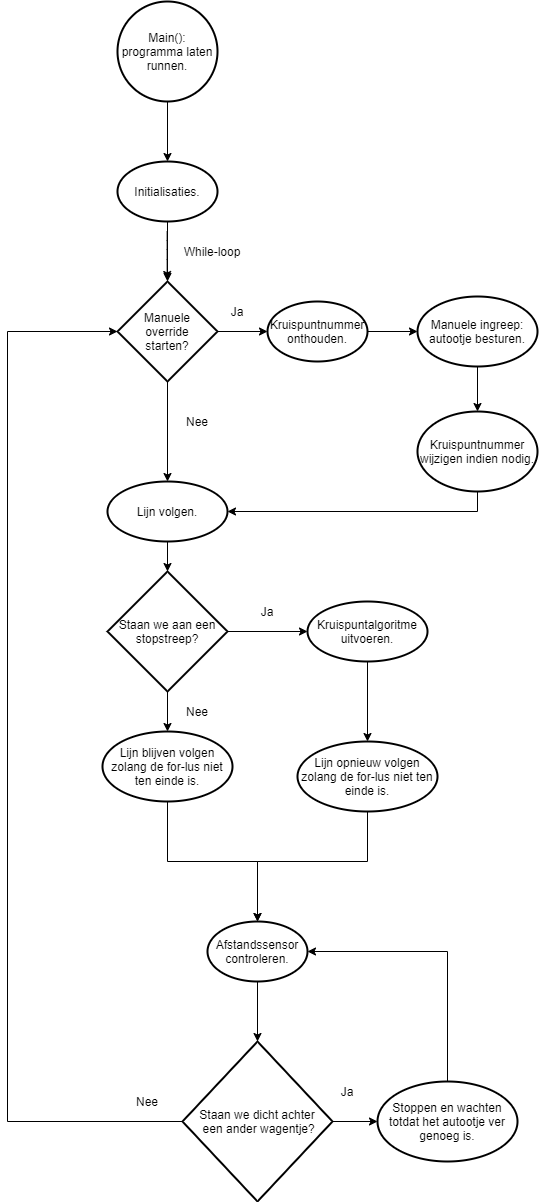
The draw.io diagram flowchartHoofdstructuur.png in CamilleLouagie/groep-1, before a commit. Source tidied: cells renumbered, new cells last; positions are measured from the earlier drawing's top-left corner, leaving out a move shared by most shapes.
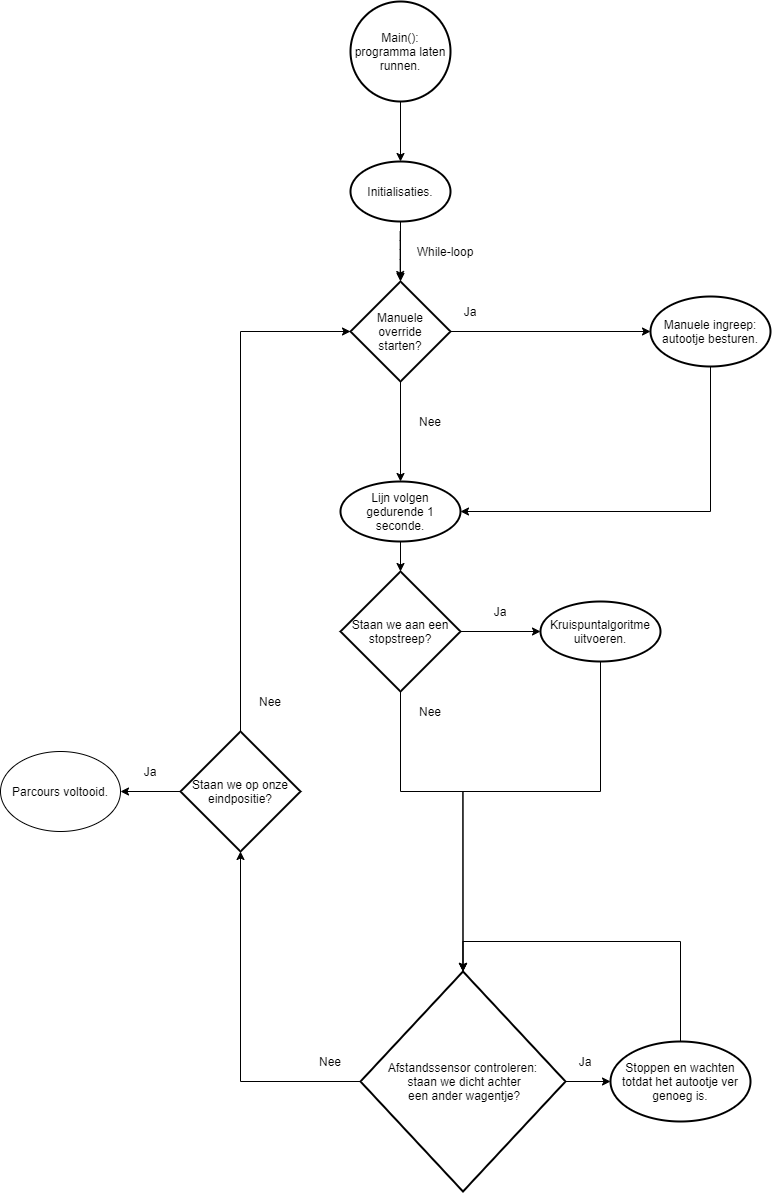
The same file after the commit.

The edit, as a diff of the source:
```diff
@@ -20,37 +20,28 @@
     <mxCell id="5" style="edgeStyle=orthogonalEdgeStyle;rounded=0;jettySize=auto;html=1;" parent="1" edge="1" source="7" target="12">
       <mxGeometry relative="1" as="geometry" />
     </mxCell>
-    <mxCell id="6" style="edgeStyle=orthogonalEdgeStyle;rounded=0;jettySize=auto;html=1;exitX=1;exitY=0.5;exitDx=0;exitDy=0;exitPerimeter=0;entryX=0;entryY=0.5;entryDx=0;entryDy=0;entryPerimeter=0;" parent="1" edge="1" source="7" target="22">
-      <mxGeometry relative="1" as="geometry" />
-    </mxCell>
+    <mxCell id="41" style="edgeStyle=orthogonalEdgeStyle;rounded=0;jettySize=auto;html=1;entryX=0;entryY=0.5;entryDx=0;entryDy=0;" parent="1" edge="1" source="7" target="10">
+      <mxGeometry relative="1" as="geometry" />
+    </mxCell>
     <mxCell id="7" value="Manuele&lt;br&gt;&amp;nbsp;override &lt;br&gt;starten?" style="strokeWidth=2;html=1;shape=mxgraph.flowchart.decision;whiteSpace=wrap;" parent="1" vertex="1">
       <mxGeometry x="110" y="280" width="100" height="100" as="geometry" />
     </mxCell>
-    <mxCell id="8" style="edgeStyle=orthogonalEdgeStyle;rounded=0;jettySize=auto;html=1;entryX=1;entryY=0.5;entryDx=0;entryDy=0;startArrow=none;" parent="1" edge="1" source="20" target="12">
-      <mxGeometry relative="1" as="geometry">
-        <Array as="points">
-          <mxPoint x="470" y="510" />
-        </Array>
-      </mxGeometry>
-    </mxCell>
-    <mxCell id="9" style="edgeStyle=orthogonalEdgeStyle;rounded=0;jettySize=auto;html=1;" parent="1" edge="1" source="10" target="20">
-      <mxGeometry relative="1" as="geometry" />
-    </mxCell>
+    <mxCell id="42" style="edgeStyle=orthogonalEdgeStyle;rounded=0;jettySize=auto;html=1;entryX=1;entryY=0.5;entryDx=0;entryDy=0;" parent="1" edge="1" source="10" target="12">
+      <mxGeometry relative="1" as="geometry">
+        <Array as="points">
+          <mxPoint x="470" y="510" />
+        </Array>
+      </mxGeometry>
+    </mxCell>
     <mxCell id="10" value="Manuele ingreep: autootje besturen." style="ellipse;whiteSpace=wrap;html=1;strokeWidth=2;" parent="1" vertex="1">
       <mxGeometry x="410" y="295" width="120" height="70" as="geometry" />
     </mxCell>
     <mxCell id="11" style="edgeStyle=orthogonalEdgeStyle;rounded=0;jettySize=auto;html=1;" parent="1" edge="1" source="12" target="25">
       <mxGeometry relative="1" as="geometry" />
     </mxCell>
-    <mxCell id="12" value="Lijn volgen." style="ellipse;whiteSpace=wrap;html=1;strokeWidth=2;" parent="1" vertex="1">
+    <mxCell id="12" value="Lijn volgen gedurende 1 seconde." style="ellipse;whiteSpace=wrap;html=1;strokeWidth=2;" parent="1" vertex="1">
       <mxGeometry x="100" y="480" width="120" height="60" as="geometry" />
     </mxCell>
-    <mxCell id="13" style="edgeStyle=orthogonalEdgeStyle;rounded=0;jettySize=auto;html=1;" parent="1" edge="1" source="14" target="36">
-      <mxGeometry relative="1" as="geometry" />
-    </mxCell>
-    <mxCell id="14" value="Afstandssensor controleren." style="strokeWidth=2;html=1;shape=mxgraph.flowchart.start_1;whiteSpace=wrap;" parent="1" vertex="1">
-      <mxGeometry x="200" y="920" width="100" height="60" as="geometry" />
-    </mxCell>
     <mxCell id="15" value="Ja" style="text;html=1;strokeColor=none;fillColor=none;align=center;verticalAlign=middle;whiteSpace=wrap;rounded=0;" parent="1" vertex="1">
       <mxGeometry x="210" y="300" width="40" height="20" as="geometry" />
     </mxCell>
@@ -66,82 +57,84 @@
     <mxCell id="19" value="While-loop" style="text;html=1;strokeColor=none;fillColor=none;align=center;verticalAlign=middle;whiteSpace=wrap;rounded=0;" parent="1" vertex="1">
       <mxGeometry x="170" y="240" width="70" height="20" as="geometry" />
     </mxCell>
-    <mxCell id="20" value="Kruispuntnummer wijzigen indien nodig." style="strokeWidth=2;html=1;shape=mxgraph.flowchart.start_1;whiteSpace=wrap;" parent="1" vertex="1">
-      <mxGeometry x="410" y="410" width="120" height="80" as="geometry" />
-    </mxCell>
-    <mxCell id="21" style="edgeStyle=orthogonalEdgeStyle;rounded=0;jettySize=auto;html=1;" parent="1" edge="1" source="22" target="10">
-      <mxGeometry relative="1" as="geometry" />
-    </mxCell>
-    <mxCell id="22" value="Kruispuntnummer onthouden." style="strokeWidth=2;html=1;shape=mxgraph.flowchart.start_1;whiteSpace=wrap;" parent="1" vertex="1">
-      <mxGeometry x="260" y="300" width="100" height="60" as="geometry" />
-    </mxCell>
     <mxCell id="23" style="edgeStyle=orthogonalEdgeStyle;rounded=0;jettySize=auto;html=1;" parent="1" edge="1" source="25" target="27">
       <mxGeometry relative="1" as="geometry" />
     </mxCell>
-    <mxCell id="24" style="edgeStyle=orthogonalEdgeStyle;rounded=0;jettySize=auto;html=1;" parent="1" edge="1" source="25" target="30">
-      <mxGeometry relative="1" as="geometry" />
+    <mxCell id="24" style="edgeStyle=orthogonalEdgeStyle;rounded=0;jettySize=auto;html=1;entryX=0.5;entryY=0;entryDx=0;entryDy=0;entryPerimeter=0;" parent="1" edge="1" source="25" target="36">
+      <mxGeometry relative="1" as="geometry">
+        <Array as="points">
+          <mxPoint x="160" y="790" />
+          <mxPoint x="223" y="790" />
+        </Array>
+      </mxGeometry>
     </mxCell>
     <mxCell id="25" value="Staan we aan een stopstreep?" style="strokeWidth=2;html=1;shape=mxgraph.flowchart.decision;whiteSpace=wrap;" parent="1" vertex="1">
       <mxGeometry x="100" y="570" width="120" height="120" as="geometry" />
     </mxCell>
-    <mxCell id="26" style="edgeStyle=orthogonalEdgeStyle;rounded=0;jettySize=auto;html=1;" parent="1" edge="1" source="27" target="33">
-      <mxGeometry relative="1" as="geometry" />
-    </mxCell>
+    <mxCell id="43" style="edgeStyle=orthogonalEdgeStyle;rounded=0;jettySize=auto;html=1;entryX=0.5;entryY=0;entryDx=0;entryDy=0;entryPerimeter=0;" parent="1" edge="1" source="27" target="36">
+      <mxGeometry relative="1" as="geometry">
+        <Array as="points">
+          <mxPoint x="360" y="790" />
+          <mxPoint x="223" y="790" />
+        </Array>
+      </mxGeometry>
+    </mxCell>
     <mxCell id="27" value="Kruispuntalgoritme uitvoeren." style="ellipse;whiteSpace=wrap;html=1;strokeWidth=2;" parent="1" vertex="1">
       <mxGeometry x="300" y="600" width="120" height="60" as="geometry" />
     </mxCell>
     <mxCell id="28" value="Ja" style="text;html=1;strokeColor=none;fillColor=none;align=center;verticalAlign=middle;whiteSpace=wrap;rounded=0;" parent="1" vertex="1">
       <mxGeometry x="240" y="600" width="40" height="20" as="geometry" />
     </mxCell>
-    <mxCell id="29" style="edgeStyle=orthogonalEdgeStyle;rounded=0;jettySize=auto;html=1;entryX=0.5;entryY=0;entryDx=0;entryDy=0;entryPerimeter=0;" parent="1" edge="1" source="30" target="14">
-      <mxGeometry relative="1" as="geometry" />
-    </mxCell>
-    <mxCell id="30" value="Lijn blijven volgen zolang de for-lus niet ten einde is." style="ellipse;whiteSpace=wrap;html=1;strokeWidth=2;" parent="1" vertex="1">
-      <mxGeometry x="95" y="730" width="130" height="70" as="geometry" />
-    </mxCell>
     <mxCell id="31" value="Nee" style="text;html=1;strokeColor=none;fillColor=none;align=center;verticalAlign=middle;whiteSpace=wrap;rounded=0;" parent="1" vertex="1">
       <mxGeometry x="170" y="700" width="40" height="20" as="geometry" />
     </mxCell>
-    <mxCell id="32" style="edgeStyle=orthogonalEdgeStyle;rounded=0;jettySize=auto;html=1;entryX=0.5;entryY=0;entryDx=0;entryDy=0;entryPerimeter=0;" parent="1" edge="1" source="33" target="14">
-      <mxGeometry relative="1" as="geometry">
-        <Array as="points">
-          <mxPoint x="360" y="860" />
-          <mxPoint x="250" y="860" />
-        </Array>
-      </mxGeometry>
-    </mxCell>
-    <mxCell id="33" value="Lijn opnieuw volgen zolang de for-lus niet ten einde is." style="ellipse;whiteSpace=wrap;html=1;strokeWidth=2;" parent="1" vertex="1">
-      <mxGeometry x="290" y="740" width="140" height="70" as="geometry" />
-    </mxCell>
     <mxCell id="34" style="edgeStyle=orthogonalEdgeStyle;rounded=0;jettySize=auto;html=1;" parent="1" edge="1" source="36" target="38">
       <mxGeometry relative="1" as="geometry" />
     </mxCell>
-    <mxCell id="35" style="edgeStyle=orthogonalEdgeStyle;rounded=0;jettySize=auto;html=1;exitX=0;exitY=0.5;exitDx=0;exitDy=0;exitPerimeter=0;entryX=0;entryY=0.5;entryDx=0;entryDy=0;entryPerimeter=0;" parent="1" edge="1" source="36" target="7">
+    <mxCell id="35" style="edgeStyle=orthogonalEdgeStyle;rounded=0;jettySize=auto;html=1;exitX=0;exitY=0.5;exitDx=0;exitDy=0;exitPerimeter=0;entryX=0;entryY=0.5;entryDx=0;entryDy=0;entryPerimeter=0;startArrow=none;" parent="1" edge="1" source="47" target="7">
       <mxGeometry relative="1" as="geometry">
         <Array as="points">
-          <mxPoint y="1120" />
           <mxPoint y="330" />
         </Array>
       </mxGeometry>
     </mxCell>
+    <mxCell id="44" style="edgeStyle=orthogonalEdgeStyle;rounded=0;jettySize=auto;html=1;entryX=0.5;entryY=1;entryDx=0;entryDy=0;entryPerimeter=0;" parent="1" edge="1" source="36" target="47">
+      <mxGeometry relative="1" as="geometry" />
+    </mxCell>
-    <mxCell id="36" value="Staan we dicht achter&lt;br&gt;&amp;nbsp;een ander wagentje?" style="strokeWidth=2;html=1;shape=mxgraph.flowchart.decision;whiteSpace=wrap;" parent="1" vertex="1">
-      <mxGeometry x="175" y="1040" width="150" height="160" as="geometry" />
+    <mxCell id="36" value="Afstandssensor controleren:&lt;br&gt;&amp;nbsp;staan we dicht achter&lt;br&gt;&amp;nbsp;een ander wagentje?" style="strokeWidth=2;html=1;shape=mxgraph.flowchart.decision;whiteSpace=wrap;" parent="1" vertex="1">
+      <mxGeometry x="120" y="970" width="205" height="220" as="geometry" />
     </mxCell>
-    <mxCell id="37" style="edgeStyle=orthogonalEdgeStyle;rounded=0;jettySize=auto;html=1;entryX=1;entryY=0.5;entryDx=0;entryDy=0;entryPerimeter=0;" parent="1" edge="1" source="38" target="14">
-      <mxGeometry relative="1" as="geometry">
-        <Array as="points">
-          <mxPoint x="440" y="950" />
-        </Array>
-      </mxGeometry>
-    </mxCell>
+    <mxCell id="45" style="edgeStyle=orthogonalEdgeStyle;rounded=0;jettySize=auto;html=1;entryX=0.5;entryY=0;entryDx=0;entryDy=0;entryPerimeter=0;" parent="1" edge="1" source="38" target="36">
+      <mxGeometry relative="1" as="geometry">
+        <Array as="points">
+          <mxPoint x="440" y="940" />
+          <mxPoint x="223" y="940" />
+        </Array>
+      </mxGeometry>
+    </mxCell>
     <mxCell id="38" value="Stoppen en wachten totdat het autootje ver genoeg is." style="ellipse;whiteSpace=wrap;html=1;strokeWidth=2;" parent="1" vertex="1">
-      <mxGeometry x="370" y="1080" width="140" height="80" as="geometry" />
+      <mxGeometry x="370" y="1040" width="140" height="80" as="geometry" />
     </mxCell>
     <mxCell id="39" value="Ja" style="text;html=1;strokeColor=none;fillColor=none;align=center;verticalAlign=middle;whiteSpace=wrap;rounded=0;" parent="1" vertex="1">
-      <mxGeometry x="320" y="1080" width="40" height="20" as="geometry" />
+      <mxGeometry x="325" y="1050" width="40" height="20" as="geometry" />
     </mxCell>
     <mxCell id="40" value="Nee" style="text;html=1;strokeColor=none;fillColor=none;align=center;verticalAlign=middle;whiteSpace=wrap;rounded=0;" parent="1" vertex="1">
-      <mxGeometry x="120" y="1090" width="40" height="20" as="geometry" />
+      <mxGeometry x="70" y="1050" width="40" height="20" as="geometry" />
     </mxCell>
+    <mxCell id="46" style="edgeStyle=orthogonalEdgeStyle;rounded=0;jettySize=auto;html=1;entryX=1;entryY=0.5;entryDx=0;entryDy=0;" parent="1" edge="1" source="47" target="50">
+      <mxGeometry relative="1" as="geometry" />
+    </mxCell>
+    <mxCell id="47" value="Staan we op onze eindpositie?" style="strokeWidth=2;html=1;shape=mxgraph.flowchart.decision;whiteSpace=wrap;" parent="1" vertex="1">
+      <mxGeometry x="-60" y="730" width="120" height="120" as="geometry" />
+    </mxCell>
+    <mxCell id="48" value="Nee" style="text;html=1;strokeColor=none;fillColor=none;align=center;verticalAlign=middle;whiteSpace=wrap;rounded=0;" parent="1" vertex="1">
+      <mxGeometry x="10" y="690" width="40" height="20" as="geometry" />
+    </mxCell>
+    <mxCell id="49" value="Ja" style="text;html=1;strokeColor=none;fillColor=none;align=center;verticalAlign=middle;whiteSpace=wrap;rounded=0;" parent="1" vertex="1">
+      <mxGeometry x="-110" y="760" width="40" height="20" as="geometry" />
+    </mxCell>
+    <mxCell id="50" value="Parcours voltooid." style="ellipse;whiteSpace=wrap;html=1;" parent="1" vertex="1">
+      <mxGeometry x="-240" y="750" width="120" height="80" as="geometry" />
+    </mxCell>
   </root>
 </mxGraphModel>
```
